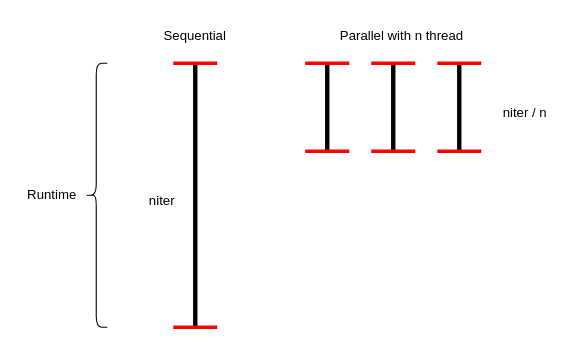
Earlier version of the draw.io diagram ass2/Untitled Diagram.drawio (dondavan/HPC). Source tidied: cells renumbered, new cells numbered last; positions are measured from the earlier drawing's top-left corner, leaving out a move shared by most shapes. Both pictures are drawn from the tidied source at 110%, with x=0, y=0 at pixel (19, 19).
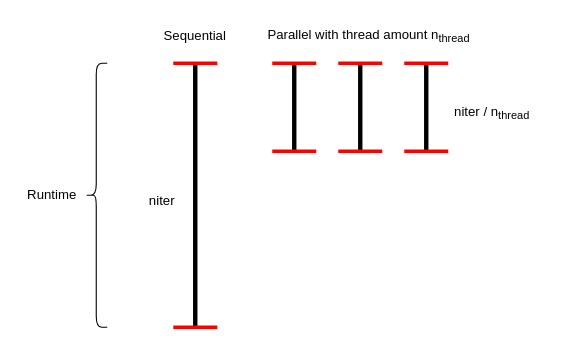
Above is the later version.

The edit, as a diff of the source:
```diff
@@
     <mxCell id="4" style="endArrow=none;html=1;rounded=0;strokeWidth=4;" parent="1" edge="1">
       <mxGeometry relative="1" as="geometry">
-        <mxPoint x="280" y="120" as="sourcePoint" />
-        <mxPoint x="280" y="40" as="targetPoint" />
+        <mxPoint x="250" y="120" as="sourcePoint" />
+        <mxPoint x="250" y="40" as="targetPoint" />
       </mxGeometry>
     </mxCell>
     <mxCell id="5" style="endArrow=none;html=1;rounded=0;strokeWidth=4;" parent="1" edge="1">
       <mxGeometry relative="1" as="geometry">
-        <mxPoint x="400" y="120" as="sourcePoint" />
-        <mxPoint x="400" y="40" as="targetPoint" />
+        <mxPoint x="370" y="120" as="sourcePoint" />
+        <mxPoint x="370" y="40" as="targetPoint" />
       </mxGeometry>
     </mxCell>
     <mxCell id="6" style="endArrow=none;html=1;rounded=0;strokeWidth=4;" parent="1" edge="1">
       <mxGeometry relative="1" as="geometry">
-        <mxPoint x="340" y="120" as="sourcePoint" />
-        <mxPoint x="340" y="40" as="targetPoint" />
+        <mxPoint x="310" y="120" as="sourcePoint" />
+        <mxPoint x="310" y="40" as="targetPoint" />
       </mxGeometry>
     </mxCell>
@@
     <mxCell id="9" style="endArrow=none;html=1;rounded=0;strokeColor=#FF0000;strokeWidth=3;" parent="1" edge="1">
       <mxGeometry relative="1" as="geometry">
-        <mxPoint x="260" y="120" as="sourcePoint" />
-        <mxPoint x="300" y="120" as="targetPoint" />
+        <mxPoint x="230" y="120" as="sourcePoint" />
+        <mxPoint x="270" y="120" as="targetPoint" />
       </mxGeometry>
     </mxCell>
     <mxCell id="10" style="endArrow=none;html=1;rounded=0;strokeColor=#FF0000;strokeWidth=3;" parent="1" edge="1">
       <mxGeometry relative="1" as="geometry">
-        <mxPoint x="260" y="40" as="sourcePoint" />
-        <mxPoint x="300" y="40" as="targetPoint" />
+        <mxPoint x="230" y="40" as="sourcePoint" />
+        <mxPoint x="270" y="40" as="targetPoint" />
       </mxGeometry>
     </mxCell>
     <mxCell id="11" style="endArrow=none;html=1;rounded=0;strokeColor=#FF0000;strokeWidth=3;" parent="1" edge="1">
       <mxGeometry relative="1" as="geometry">
-        <mxPoint x="320" y="120" as="sourcePoint" />
-        <mxPoint x="360" y="120" as="targetPoint" />
+        <mxPoint x="290" y="120" as="sourcePoint" />
+        <mxPoint x="330" y="120" as="targetPoint" />
       </mxGeometry>
     </mxCell>
     <mxCell id="12" style="endArrow=none;html=1;rounded=0;strokeColor=#FF0000;strokeWidth=3;" parent="1" edge="1">
       <mxGeometry relative="1" as="geometry">
-        <mxPoint x="320" y="40" as="sourcePoint" />
-        <mxPoint x="360" y="40" as="targetPoint" />
+        <mxPoint x="290" y="40" as="sourcePoint" />
+        <mxPoint x="330" y="40" as="targetPoint" />
       </mxGeometry>
     </mxCell>
     <mxCell id="13" style="endArrow=none;html=1;rounded=0;strokeColor=#FF0000;strokeWidth=3;" parent="1" edge="1">
       <mxGeometry relative="1" as="geometry">
-        <mxPoint x="380" y="120" as="sourcePoint" />
-        <mxPoint x="420" y="120" as="targetPoint" />
+        <mxPoint x="350" y="120" as="sourcePoint" />
+        <mxPoint x="390" y="120" as="targetPoint" />
       </mxGeometry>
     </mxCell>
     <mxCell id="14" style="endArrow=none;html=1;rounded=0;strokeColor=#FF0000;strokeWidth=3;" parent="1" edge="1">
       <mxGeometry relative="1" as="geometry">
-        <mxPoint x="380" y="40" as="sourcePoint" />
-        <mxPoint x="420" y="40" as="targetPoint" />
+        <mxPoint x="350" y="40" as="sourcePoint" />
+        <mxPoint x="390" y="40" as="targetPoint" />
       </mxGeometry>
     </mxCell>
-    <mxCell id="15" value="niter / n" style="text;html=1;strokeColor=none;fillColor=none;align=center;verticalAlign=middle;whiteSpace=wrap;rounded=0;" parent="1" vertex="1">
-      <mxGeometry x="420" y="70" width="80" height="30" as="geometry" />
+    <mxCell id="15" value="niter / n&lt;sub&gt;thread&lt;/sub&gt;" style="text;html=1;strokeColor=none;fillColor=none;align=center;verticalAlign=middle;whiteSpace=wrap;rounded=0;" parent="1" vertex="1">
+      <mxGeometry x="390" y="70" width="80" height="30" as="geometry" />
     </mxCell>
@@
-    <mxCell id="17" value="Parallel with n thread" style="text;html=1;strokeColor=none;fillColor=none;align=center;verticalAlign=middle;whiteSpace=wrap;rounded=0;" parent="1" vertex="1">
-      <mxGeometry x="250" width="196" height="30" as="geometry" />
+    <mxCell id="17" value="Parallel with thread amount n&lt;sub style=&quot;border-color: var(--border-color);&quot;&gt;thread&lt;/sub&gt;" style="text;html=1;strokeColor=none;fillColor=none;align=center;verticalAlign=middle;whiteSpace=wrap;rounded=0;" parent="1" vertex="1">
+      <mxGeometry x="220" width="196" height="30" as="geometry" />
     </mxCell>
```
